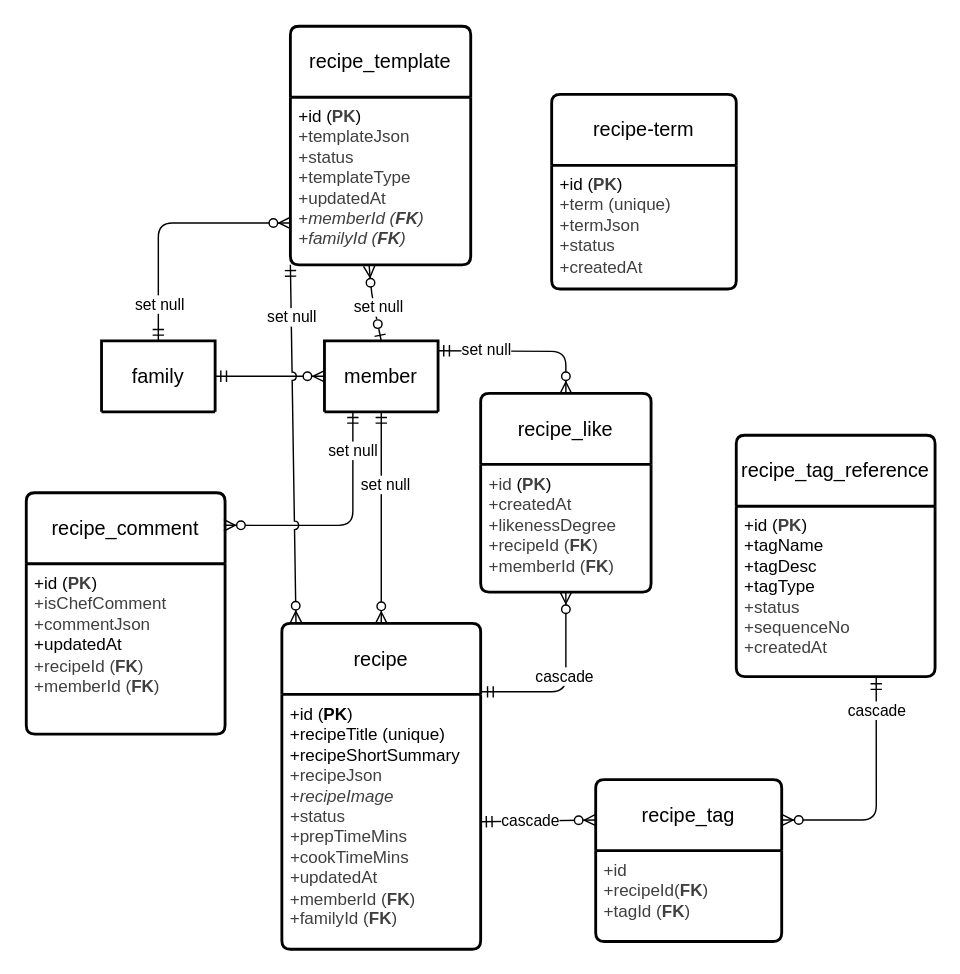
Before: docs/foodies-schema.drawio in greg1951/family-social-scratch, a draw.io diagram. Source tidied: cells renumbered, new cells numbered last; positions are measured from the earlier drawing's top-left corner, leaving out a move shared by most shapes. Both pictures are drawn from the tidied source at 142%, with x=0, y=0 at pixel (26, 26).
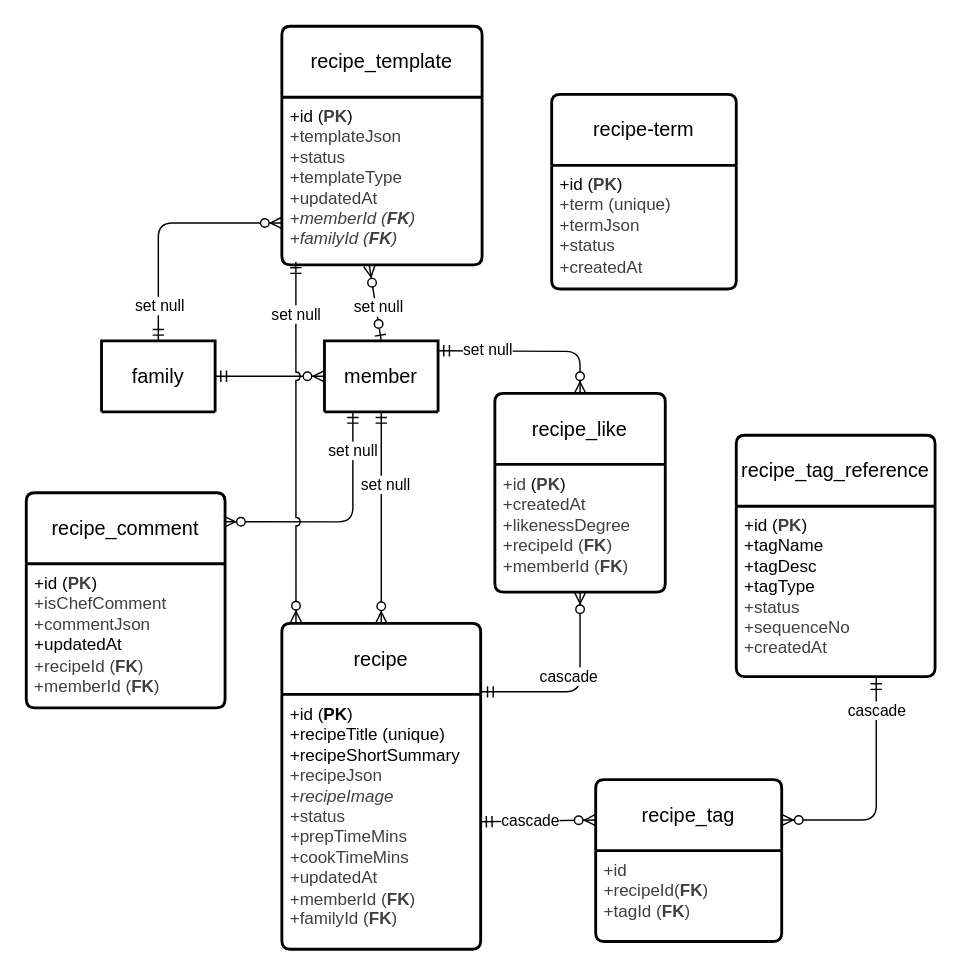
After the change.

Commit message (it also covers changes not shown here):
tv and movie schema created

The change refers to these unchanged cells:
```xml
<mxCell id="4" value="member" style="swimlane;horizontal=1;startSize=50;rounded=1;fontSize=14;fontStyle=0;strokeWidth=2;shadow=0;dashed=0;align=center;arcSize=4;whiteSpace=wrap;html=1;" parent="1" vertex="1" collapsed="1">
  <mxGeometry x="210" y="221.5" width="80" height="50" as="geometry" />
</mxCell>
<mxCell id="6" value="recipe" style="swimlane;horizontal=1;startSize=50;rounded=1;fontSize=14;fontStyle=0;strokeWidth=2;shadow=0;dashed=0;align=center;arcSize=4;whiteSpace=wrap;html=1;" parent="1" vertex="1">
  <mxGeometry x="180" y="420.5" width="140" height="229.5" as="geometry" />
</mxCell>
```

What changed in the source:
```diff
@@
     <mxCell id="10" value="recipe_comment" style="swimlane;horizontal=1;startSize=50;rounded=1;fontSize=14;fontStyle=0;strokeWidth=2;shadow=0;dashed=0;align=center;arcSize=4;whiteSpace=wrap;html=1;" parent="1" vertex="1">
-      <mxGeometry y="328.5" width="140" height="170" as="geometry" />
+      <mxGeometry y="328.5" width="140" height="151.5" as="geometry" />
     </mxCell>
-    <mxCell id="11" value="+id (&lt;b style=&quot;color: rgb(63, 63, 63); scrollbar-color: rgb(226, 226, 226) rgb(251, 251, 251);&quot;&gt;PK&lt;/b&gt;)&lt;div style=&quot;color: rgb(63, 63, 63); scrollbar-color: rgb(226, 226, 226) rgb(251, 251, 251);&quot;&gt;&lt;font style=&quot;scrollbar-color: rgb(226, 226, 226) rgb(251, 251, 251);&quot;&gt;+isChefComment&lt;br style=&quot;color: rgb(63, 63, 63); scrollbar-color: rgb(226, 226, 226) rgb(251, 251, 251);&quot;&gt;&lt;/font&gt;&lt;div style=&quot;color: rgb(63, 63, 63); scrollbar-color: rgb(226, 226, 226) rgb(251, 251, 251);&quot;&gt;+commentJson&lt;/div&gt;&lt;div style=&quot;scrollbar-color: rgb(226, 226, 226) rgb(251, 251, 251); color: rgb(63, 63, 63);&quot;&gt;&lt;span style=&quot;scrollbar-color: rgb(226, 226, 226) rgb(251, 251, 251); color: rgb(0, 0, 0);&quot;&gt;+updatedAt&lt;/span&gt;&lt;br style=&quot;scrollbar-color: rgb(226, 226, 226) rgb(251, 251, 251); color: rgb(63, 63, 63);&quot;&gt;&lt;/div&gt;&lt;div style=&quot;scrollbar-color: rgb(226, 226, 226) rgb(251, 251, 251); color: rgb(63, 63, 63);&quot;&gt;&lt;span style=&quot;scrollbar-color: rgb(226, 226, 226) rgb(251, 251, 251); background-color: transparent; color: rgb(63, 63, 63);&quot;&gt;+recipeId (&lt;b style=&quot;color: rgb(63, 63, 63); scrollbar-color: rgb(226, 226, 226) rgb(251, 251, 251);&quot;&gt;FK&lt;/b&gt;)&lt;/span&gt;&lt;/div&gt;&lt;div style=&quot;scrollbar-color: rgb(226, 226, 226) rgb(251, 251, 251); color: rgb(63, 63, 63);&quot;&gt;&lt;div style=&quot;scrollbar-color: rgb(226, 226, 226) rgb(251, 251, 251); color: rgb(63, 63, 63);&quot;&gt;&lt;span style=&quot;scrollbar-color: rgb(226, 226, 226) rgb(251, 251, 251); background-color: transparent; color: rgb(63, 63, 63);&quot;&gt;+memberId (&lt;b style=&quot;color: rgb(63, 63, 63); scrollbar-color: rgb(226, 226, 226) rgb(251, 251, 251);&quot;&gt;FK&lt;/b&gt;)&lt;/span&gt;&lt;/div&gt;&lt;div style=&quot;color: rgb(63, 63, 63); scrollbar-color: rgb(226, 226, 226) rgb(251, 251, 251);&quot;&gt;&lt;span style=&quot;scrollbar-color: rgb(226, 226, 226) rgb(251, 251, 251); background-color: transparent; color: rgb(63, 63, 63);&quot;&gt;&lt;br style=&quot;color: rgb(63, 63, 63); scrollbar-color: rgb(226, 226, 226) rgb(251, 251, 251);&quot;&gt;&lt;/span&gt;&lt;/div&gt;&lt;/div&gt;&lt;div style=&quot;color: rgb(63, 63, 63); scrollbar-color: rgb(226, 226, 226) rgb(251, 251, 251);&quot;&gt;&lt;br style=&quot;color: rgb(63, 63, 63); scrollbar-color: rgb(226, 226, 226) rgb(251, 251, 251);&quot;&gt;&lt;/div&gt;&lt;/div&gt;" style="align=left;strokeColor=none;fillColor=none;spacingLeft=4;fontSize=12;verticalAlign=top;html=1;" parent="10" vertex="1">
-      <mxGeometry y="50" width="140" height="120" as="geometry" />
+    <mxCell id="11" value="+id (&lt;b style=&quot;color: rgb(63, 63, 63); scrollbar-color: rgb(226, 226, 226) rgb(251, 251, 251);&quot;&gt;PK&lt;/b&gt;)&lt;div style=&quot;color: rgb(63, 63, 63); scrollbar-color: rgb(226, 226, 226) rgb(251, 251, 251);&quot;&gt;&lt;font style=&quot;scrollbar-color: rgb(226, 226, 226) rgb(251, 251, 251);&quot;&gt;+isChefComment&lt;br style=&quot;color: rgb(63, 63, 63); scrollbar-color: rgb(226, 226, 226) rgb(251, 251, 251);&quot;&gt;&lt;/font&gt;&lt;div style=&quot;color: rgb(63, 63, 63); scrollbar-color: rgb(226, 226, 226) rgb(251, 251, 251);&quot;&gt;+commentJson&lt;/div&gt;&lt;div style=&quot;scrollbar-color: rgb(226, 226, 226) rgb(251, 251, 251); color: rgb(63, 63, 63);&quot;&gt;&lt;span style=&quot;scrollbar-color: rgb(226, 226, 226) rgb(251, 251, 251); color: rgb(0, 0, 0);&quot;&gt;+updatedAt&lt;/span&gt;&lt;br style=&quot;scrollbar-color: rgb(226, 226, 226) rgb(251, 251, 251); color: rgb(63, 63, 63);&quot;&gt;&lt;/div&gt;&lt;div style=&quot;scrollbar-color: rgb(226, 226, 226) rgb(251, 251, 251); color: rgb(63, 63, 63);&quot;&gt;&lt;span style=&quot;scrollbar-color: rgb(226, 226, 226) rgb(251, 251, 251); background-color: transparent; color: rgb(63, 63, 63);&quot;&gt;+recipeId (&lt;b style=&quot;color: rgb(63, 63, 63); scrollbar-color: rgb(226, 226, 226) rgb(251, 251, 251);&quot;&gt;FK&lt;/b&gt;)&lt;/span&gt;&lt;/div&gt;&lt;div style=&quot;scrollbar-color: rgb(226, 226, 226) rgb(251, 251, 251); color: rgb(63, 63, 63);&quot;&gt;&lt;div style=&quot;scrollbar-color: rgb(226, 226, 226) rgb(251, 251, 251); color: rgb(63, 63, 63);&quot;&gt;&lt;span style=&quot;scrollbar-color: rgb(226, 226, 226) rgb(251, 251, 251); background-color: transparent; color: rgb(63, 63, 63);&quot;&gt;+memberId (&lt;b style=&quot;color: rgb(63, 63, 63); scrollbar-color: rgb(226, 226, 226) rgb(251, 251, 251);&quot;&gt;FK&lt;/b&gt;)&lt;/span&gt;&lt;/div&gt;&lt;/div&gt;&lt;/div&gt;" style="align=left;strokeColor=none;fillColor=none;spacingLeft=4;fontSize=12;verticalAlign=top;html=1;" parent="10" vertex="1">
+      <mxGeometry y="50" width="140" height="101.5" as="geometry" />
     </mxCell>
@@
     <mxCell id="16" value="recipe_like" style="swimlane;horizontal=1;startSize=50;rounded=1;fontSize=14;fontStyle=0;strokeWidth=2;shadow=0;dashed=0;align=center;arcSize=4;whiteSpace=wrap;html=1;" parent="1" vertex="1">
-      <mxGeometry x="320" y="258.5" width="120" height="140" as="geometry" />
+      <mxGeometry x="330" y="258.5" width="120" height="140" as="geometry" />
     </mxCell>
@@
     <mxCell id="30" value="recipe_template" style="swimlane;horizontal=1;startSize=50;rounded=1;fontSize=14;fontStyle=0;strokeWidth=2;shadow=0;dashed=0;align=center;arcSize=4;whiteSpace=wrap;html=1;" parent="1" vertex="1">
-      <mxGeometry x="186" width="127" height="168" as="geometry" />
+      <mxGeometry x="180" width="141" height="168" as="geometry" />
     </mxCell>
     <mxCell id="31" value="+id (&lt;b style=&quot;color: rgb(63, 63, 63); scrollbar-color: rgb(226, 226, 226) rgb(251, 251, 251);&quot;&gt;PK&lt;/b&gt;)&lt;div style=&quot;color: rgb(63, 63, 63); scrollbar-color: rgb(226, 226, 226) rgb(251, 251, 251);&quot;&gt;&lt;div style=&quot;color: rgb(63, 63, 63); scrollbar-color: rgb(226, 226, 226) rgb(251, 251, 251);&quot;&gt;+templateJson&lt;/div&gt;&lt;div style=&quot;color: rgb(63, 63, 63); scrollbar-color: rgb(226, 226, 226) rgb(251, 251, 251);&quot;&gt;+status&lt;/div&gt;&lt;div style=&quot;color: rgb(63, 63, 63); scrollbar-color: rgb(226, 226, 226) rgb(251, 251, 251);&quot;&gt;+templateType&lt;/div&gt;&lt;div style=&quot;color: rgb(63, 63, 63); scrollbar-color: rgb(226, 226, 226) rgb(251, 251, 251);&quot;&gt;&lt;span style=&quot;color: rgb(63, 63, 63); scrollbar-color: rgb(226, 226, 226) rgb(251, 251, 251); background-color: transparent;&quot;&gt;+updatedAt&lt;/span&gt;&lt;/div&gt;&lt;div style=&quot;color: rgb(63, 63, 63); scrollbar-color: rgb(226, 226, 226) rgb(251, 251, 251);&quot;&gt;&lt;span style=&quot;color: rgb(63, 63, 63); scrollbar-color: rgb(226, 226, 226) rgb(251, 251, 251); background-color: transparent;&quot;&gt;+&lt;i&gt;memberId (&lt;b&gt;FK&lt;/b&gt;)&lt;/i&gt;&lt;/span&gt;&lt;/div&gt;&lt;div style=&quot;color: rgb(63, 63, 63); scrollbar-color: rgb(226, 226, 226) rgb(251, 251, 251);&quot;&gt;&lt;span style=&quot;color: rgb(63, 63, 63); scrollbar-color: rgb(226, 226, 226) rgb(251, 251, 251); background-color: transparent;&quot;&gt;&lt;i&gt;+familyId (&lt;b&gt;FK&lt;/b&gt;)&lt;/i&gt;&lt;/span&gt;&lt;/div&gt;&lt;div style=&quot;color: rgb(63, 63, 63); scrollbar-color: rgb(226, 226, 226) rgb(251, 251, 251);&quot;&gt;&lt;span style=&quot;scrollbar-color: rgb(226, 226, 226) rgb(251, 251, 251); background-color: transparent; color: rgb(63, 63, 63);&quot;&gt;&lt;br style=&quot;color: rgb(63, 63, 63); scrollbar-color: rgb(226, 226, 226) rgb(251, 251, 251);&quot;&gt;&lt;/span&gt;&lt;/div&gt;&lt;/div&gt;" style="align=left;strokeColor=none;fillColor=none;spacingLeft=4;fontSize=12;verticalAlign=top;html=1;" parent="30" vertex="1">
-      <mxGeometry y="50" width="127" height="118" as="geometry" />
+      <mxGeometry y="50" width="141" height="118" as="geometry" />
     </mxCell>
     <mxCell id="32" style="fontSize=12;html=1;endArrow=ERzeroToMany;startArrow=ERzeroToOne;entryX=0.437;entryY=1.006;entryDx=0;entryDy=0;entryPerimeter=0;exitX=0.5;exitY=0;exitDx=0;exitDy=0;startFill=0;" parent="1" edge="1" source="4" target="31">
-      <mxGeometry relative="1" as="geometry">
-        <Array as="points">
-          <mxPoint x="243" y="188" />
-        </Array>
-      </mxGeometry>
+      <mxGeometry relative="1" as="geometry" />
     </mxCell>
@@
-    <mxCell id="36" style="fontSize=12;html=1;endArrow=ERzeroToMany;startArrow=ERmandOne;exitX=0;exitY=1;exitDx=0;exitDy=0;entryX=0.071;entryY=-0.002;entryDx=0;entryDy=0;entryPerimeter=0;jumpStyle=arc;" parent="1" edge="1" source="31" target="6">
+    <mxCell id="36" style="fontSize=12;html=1;endArrow=ERzeroToMany;startArrow=ERmandOne;entryX=0.071;entryY=-0.002;entryDx=0;entryDy=0;entryPerimeter=0;jumpStyle=arc;exitX=0.07;exitY=0.983;exitDx=0;exitDy=0;exitPerimeter=0;" parent="1" edge="1" source="31" target="6">
       <mxGeometry relative="1" as="geometry" />
     </mxCell>
```
